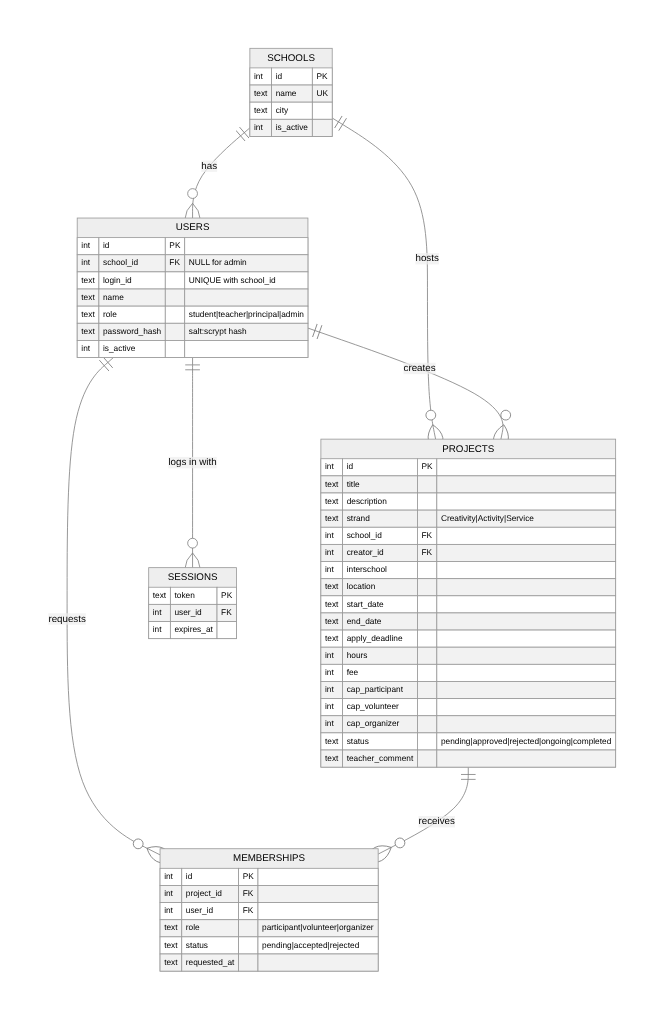
The Mermaid diagram docs/images/c2-erd.png in Jainil57/CAS-ACTIVITIES-FINDER-, before a commit. Its source is kept beside it as docs/diagrams/c2-erd.mmd.
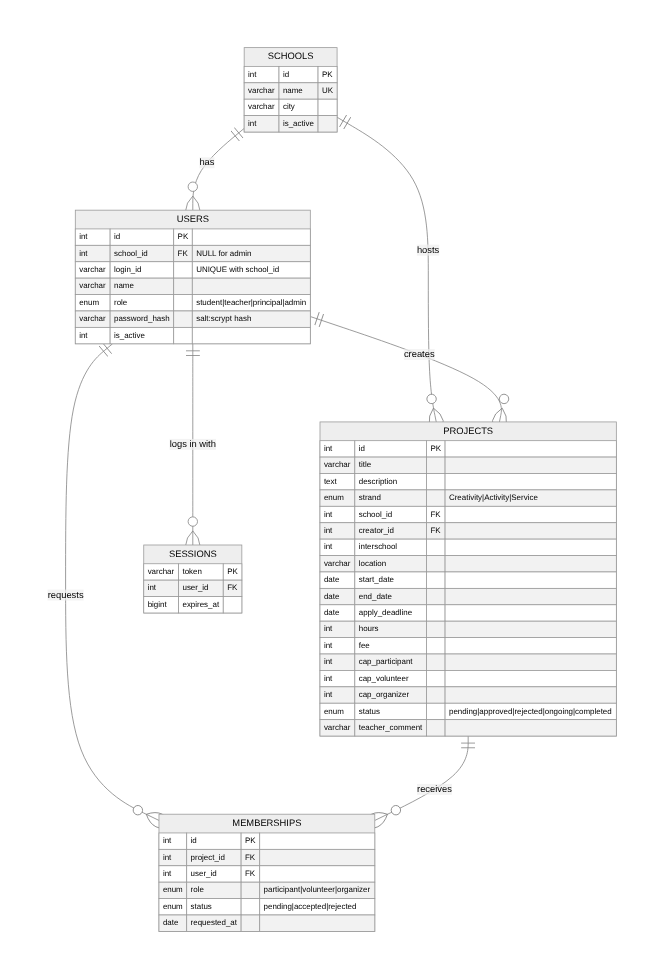
After the change.

The edit, as a diff of the source:
```diff
@@ -7,49 +7,49 @@
   USERS ||--o{ SESSIONS : "logs in with"
   SCHOOLS {
     int id PK
-    text name UK
-    text city
+    varchar name UK
+    varchar city
     int is_active
   }
   USERS {
     int id PK
     int school_id FK "NULL for admin"
-    text login_id "UNIQUE with school_id"
-    text name
-    text role "student|teacher|principal|admin"
-    text password_hash "salt:scrypt hash"
+    varchar login_id "UNIQUE with school_id"
+    varchar name
+    enum role "student|teacher|principal|admin"
+    varchar password_hash "salt:scrypt hash"
     int is_active
   }
   PROJECTS {
     int id PK
-    text title
+    varchar title
     text description
-    text strand "Creativity|Activity|Service"
+    enum strand "Creativity|Activity|Service"
     int school_id FK
     int creator_id FK
     int interschool
-    text location
-    text start_date
-    text end_date
-    text apply_deadline
+    varchar location
+    date start_date
+    date end_date
+    date apply_deadline
     int hours
     int fee
     int cap_participant
     int cap_volunteer
     int cap_organizer
-    text status "pending|approved|rejected|ongoing|completed"
-    text teacher_comment
+    enum status "pending|approved|rejected|ongoing|completed"
+    varchar teacher_comment
   }
   MEMBERSHIPS {
     int id PK
     int project_id FK
     int user_id FK
-    text role "participant|volunteer|organizer"
-    text status "pending|accepted|rejected"
-    text requested_at
+    enum role "participant|volunteer|organizer"
+    enum status "pending|accepted|rejected"
+    date requested_at
   }
   SESSIONS {
-    text token PK
+    varchar token PK
     int user_id FK
-    int expires_at
+    bigint expires_at
   }
```
